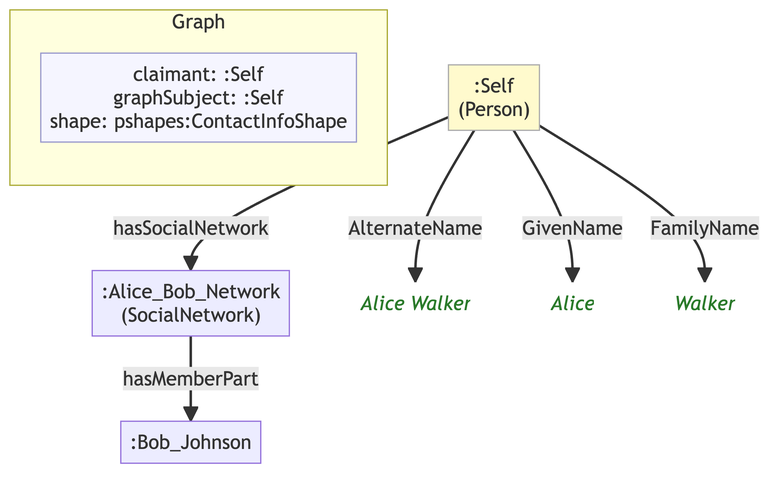
This is example/graphs/images/graph-12.png from MeeFoundation/mia-ontologies, a Mermaid export, as it was before one commit. Its source is kept beside it as example/graphs/images/graph-12.mmd.
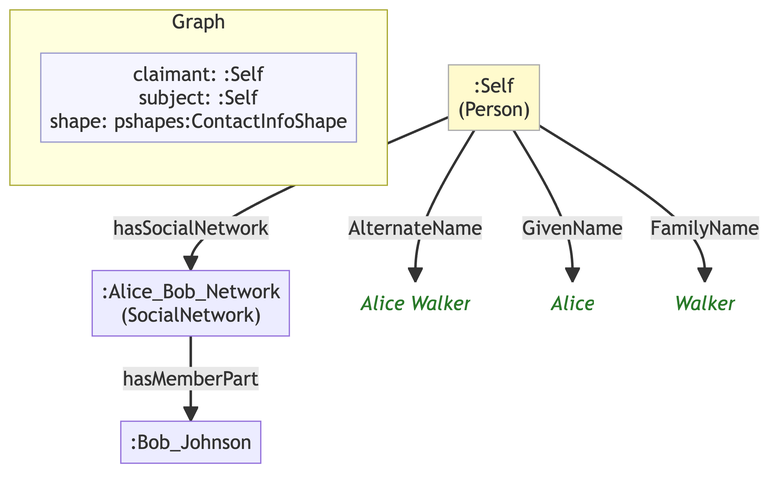
Above is the later version.

What changed in the source:
```diff
@@ -7,18 +7,18 @@
 
     subgraph ctx["Graph"]
         direction LR
-        ctx_meta["claimant: :Self\ngraphSubject: :Self\nshape: pshapes:ContactInfoShape"]:::meta
+        ctx_meta["claimant: :Self\nsubject: :Self\nshape: pshapes:ContactInfoShape"]:::meta
     end
 
     nc7c19cc9b4d9[":Alice_Bob_Network\n(SocialNetwork)"]
     nc33b87295be6[":Bob_Johnson"]
     n655e442e50be[":Self\n(Person)"]:::person
-    nf62ba93e7e97("Alice Walker"):::lit
-    n17e8f0b843f1("Alice"):::lit
-    n89a594fcc432("Walker"):::lit
+    na70e94d91afd("Alice Walker"):::lit
+    n8817774d3528("Alice"):::lit
+    n4462f5016d48("Walker"):::lit
 
     nc7c19cc9b4d9 -->|"hasMemberPart"| nc33b87295be6
-    n655e442e50be -->|"AlternateName"| nf62ba93e7e97
-    n655e442e50be -->|"GivenName"| n17e8f0b843f1
-    n655e442e50be -->|"FamilyName"| n89a594fcc432
+    n655e442e50be -->|"AlternateName"| na70e94d91afd
+    n655e442e50be -->|"GivenName"| n8817774d3528
+    n655e442e50be -->|"FamilyName"| n4462f5016d48
     n655e442e50be -->|"hasSocialNetwork"| nc7c19cc9b4d9
```
